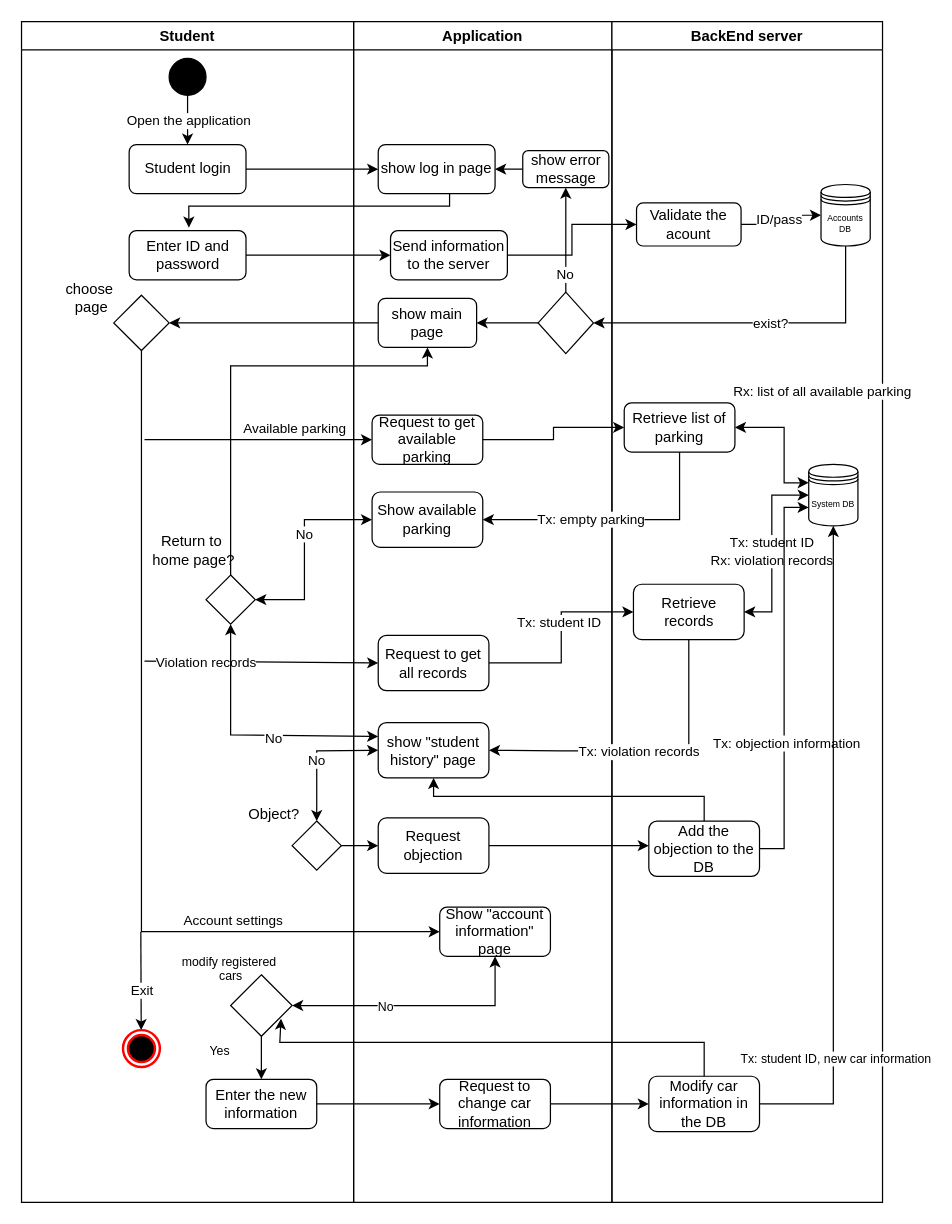
The draw.io diagram page "Student App" (2 of 6) of Activity diagram.drawio in kashorafof/Drone-parking-system, before the edit. Source tidied: cells renumbered, new cells numbered last; positions are measured from the earlier drawing's top-left corner, leaving out a move shared by most shapes. Both pictures are drawn from the tidied source at 123%, with x=0, y=0 at pixel (21, 21).
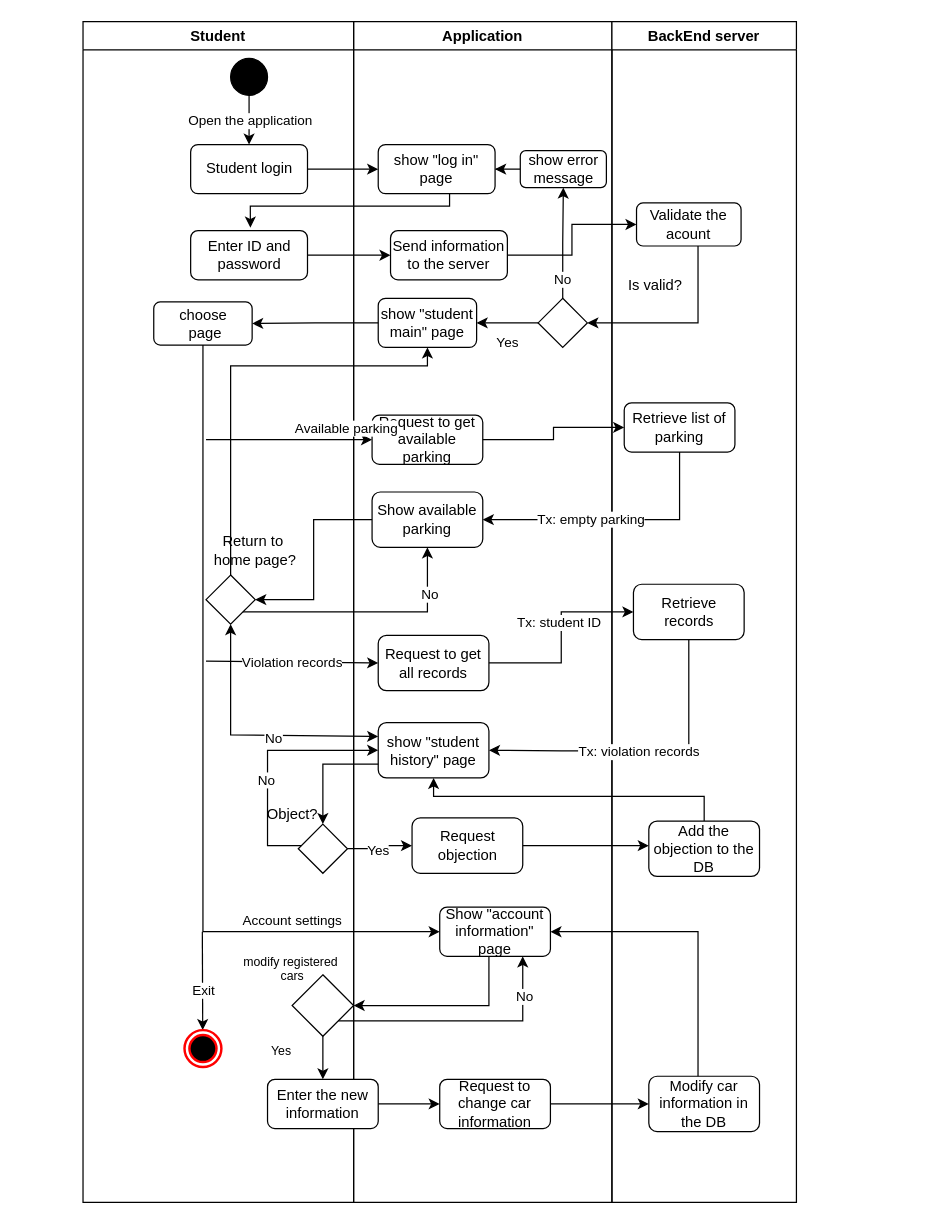
The same page after the edit.

The change refers to these unchanged cells:
```xml
<mxCell id="2" value="Application" style="swimlane;whiteSpace=wrap;html=1;" parent="1" vertex="1">
  <mxGeometry x="270" width="210" height="960" as="geometry" />
</mxCell>
<mxCell id="8" style="edgeStyle=orthogonalEdgeStyle;rounded=0;jettySize=auto;html=1;entryX=1;entryY=0.5;entryDx=0;entryDy=0;" parent="2" edge="1" source="9" target="12">
  <mxGeometry relative="1" as="geometry" />
</mxCell>
<mxCell id="13" value="Show &quot;account information&quot; page" style="rounded=1;whiteSpace=wrap;html=1;fillColor=#FFFFFF;" parent="2" vertex="1">
  <mxGeometry x="70" y="720" width="90" height="40" as="geometry" />
</mxCell>
<mxCell id="16" value="Show available parking" style="rounded=1;whiteSpace=wrap;html=1;fillColor=#FFFFFF;" parent="2" vertex="1">
  <mxGeometry x="15" y="382.5" width="90" height="45" as="geometry" />
</mxCell>
<mxCell id="17" value="show &quot;student history&quot; page" style="rounded=1;whiteSpace=wrap;html=1;fillColor=#FFFFFF;" parent="2" vertex="1">
  <mxGeometry x="20" y="570" width="90" height="45" as="geometry" />
</mxCell>
<mxCell id="25" value="Validate the acount" style="rounded=1;whiteSpace=wrap;html=1;fillColor=#FFFFFF;" parent="21" vertex="1">
  <mxGeometry x="20" y="147.5" width="85" height="35" as="geometry" />
</mxCell>
<mxCell id="27" value="Retrieve records" style="rounded=1;whiteSpace=wrap;html=1;fillColor=#FFFFFF;" parent="21" vertex="1">
  <mxGeometry x="17.5" y="457.5" width="90" height="45" as="geometry" />
</mxCell>
<mxCell id="33" value="Add the objection to the DB" style="rounded=1;whiteSpace=wrap;html=1;fillColor=#FFFFFF;" parent="21" vertex="1">
  <mxGeometry x="30" y="650" width="90" height="45" as="geometry" />
</mxCell>
<mxCell id="34" value="Modify car information in the DB" style="rounded=1;whiteSpace=wrap;html=1;fillColor=#FFFFFF;" parent="21" vertex="1">
  <mxGeometry x="30" y="857.5" width="90" height="45" as="geometry" />
</mxCell>
<mxCell id="42" value="Student login" style="rounded=1;whiteSpace=wrap;html=1;fillColor=#FFFFFF;" parent="37" vertex="1">
  <mxGeometry x="87.5" y="100" width="95" height="40" as="geometry" />
</mxCell>
<mxCell id="43" value="Enter ID and password" style="rounded=1;whiteSpace=wrap;html=1;fillColor=#FFFFFF;" parent="37" vertex="1">
  <mxGeometry x="87.5" y="170" width="95" height="40" as="geometry" />
</mxCell>
<mxCell id="48" style="endArrow=classic;html=1;rounded=0;entryX=0;entryY=0.5;entryDx=0;entryDy=0;" parent="37" edge="1" target="14">
  <mxGeometry relative="1" as="geometry">
    <mxPoint x="100" y="520" as="sourcePoint" />
  </mxGeometry>
</mxCell>
<mxCell id="59" style="rhombus;whiteSpace=wrap;html=1;fillColor=#FFFFFF;" parent="37" vertex="1">
  <mxGeometry x="170" y="775" width="50" height="50" as="geometry" />
</mxCell>
<mxCell id="86" style="edgeStyle=orthogonalEdgeStyle;rounded=0;jettySize=auto;html=1;entryX=0;entryY=0.5;entryDx=0;entryDy=0;" parent="1" edge="1" source="55" target="19">
  <mxGeometry relative="1" as="geometry" />
</mxCell>
```

Diff of the diagram source:
```diff
@@
-    <mxCell id="4" value="show log in page" style="rounded=1;whiteSpace=wrap;html=1;fillColor=#FFFFFF;" parent="2" vertex="1">
+    <mxCell id="4" value="show &quot;log in&quot; page" style="rounded=1;whiteSpace=wrap;html=1;fillColor=#FFFFFF;" parent="2" vertex="1">
       <mxGeometry x="20" y="100" width="95" height="40" as="geometry" />
     </mxCell>
@@
+    <mxCell id="93" value="Yes" style="edgeLabel;html=1;align=center;verticalAlign=middle;" parent="8" vertex="1">
+      <mxGeometry x="0.22" relative="1" as="geometry">
+        <mxPoint x="5" y="15" as="offset" />
+      </mxGeometry>
+    </mxCell>
     <mxCell id="9" style="rhombus;whiteSpace=wrap;html=1;fillColor=#FFFFFF;" parent="2" vertex="1">
-      <mxGeometry x="150" y="220" width="45" height="50" as="geometry" />
+      <mxGeometry x="150" y="225" width="40" height="40" as="geometry" />
     </mxCell>
@@
     <mxCell id="11" value="show error message" style="rounded=1;whiteSpace=wrap;html=1;fillColor=#FFFFFF;" parent="2" vertex="1">
-      <mxGeometry x="137.5" y="105" width="70" height="30" as="geometry" />
+      <mxGeometry x="135.5" y="105" width="70" height="30" as="geometry" />
     </mxCell>
-    <mxCell id="12" value="show main page" style="rounded=1;whiteSpace=wrap;html=1;fillColor=#FFFFFF;" parent="2" vertex="1">
+    <mxCell id="12" value="show &quot;student main&quot; page" style="rounded=1;whiteSpace=wrap;html=1;fillColor=#FFFFFF;" parent="2" vertex="1">
       <mxGeometry x="20" y="225" width="80" height="40" as="geometry" />
     </mxCell>
@@
     <mxCell id="19" value="Request objection" style="rounded=1;whiteSpace=wrap;html=1;fillColor=#FFFFFF;" parent="2" vertex="1">
-      <mxGeometry x="20" y="647.5" width="90" height="45" as="geometry" />
+      <mxGeometry x="47.5" y="647.5" width="90" height="45" as="geometry" />
     </mxCell>
@@
     <mxCell id="21" value="BackEnd server" style="swimlane;whiteSpace=wrap;html=1;" parent="1" vertex="1">
-      <mxGeometry x="480" width="220" height="960" as="geometry" />
+      <mxGeometry x="480" width="150" height="960" as="geometry" />
     </mxCell>
-    <mxCell id="22" value="Accounts DB" style="shape=datastore;whiteSpace=wrap;html=1;fontSize=7;" parent="21" vertex="1">
-      <mxGeometry x="170" y="132.5" width="40" height="50" as="geometry" />
-    </mxCell>
-    <mxCell id="23" style="edgeStyle=orthogonalEdgeStyle;rounded=0;jettySize=auto;html=1;entryX=0;entryY=0.5;entryDx=0;entryDy=0;" parent="21" edge="1" source="25" target="22">
-      <mxGeometry relative="1" as="geometry" />
-    </mxCell>
-    <mxCell id="24" value="ID/pass" style="edgeLabel;html=1;align=center;verticalAlign=middle;" parent="23" vertex="1">
-      <mxGeometry x="-0.17" relative="1" as="geometry">
-        <mxPoint y="-5" as="offset" />
-      </mxGeometry>
-    </mxCell>
@@
-    <mxCell id="26" value="System DB" style="shape=datastore;whiteSpace=wrap;html=1;fontSize=7;" parent="21" vertex="1">
-      <mxGeometry x="160" y="360" width="40" height="50" as="geometry" />
-    </mxCell>
@@
-    <mxCell id="28" style="endArrow=classic;startArrow=classic;html=1;rounded=0;entryX=0;entryY=0.5;entryDx=0;entryDy=0;exitX=1;exitY=0.5;exitDx=0;exitDy=0;" parent="21" edge="1" source="27" target="26">
-      <mxGeometry relative="1" as="geometry">
-        <Array as="points">
-          <mxPoint x="130" y="480" />
-          <mxPoint x="130" y="385" />
-        </Array>
-      </mxGeometry>
-    </mxCell>
-    <mxCell id="29" value="Tx: student ID&lt;br&gt;Rx: violation records" style="edgeLabel;html=1;align=center;verticalAlign=middle;" parent="28" vertex="1">
-      <mxGeometry x="0.1" y="1" relative="1" as="geometry">
-        <mxPoint y="9" as="offset" />
-      </mxGeometry>
-    </mxCell>
@@
-    <mxCell id="31" style="edgeStyle=orthogonalEdgeStyle;rounded=0;jettySize=auto;html=1;entryX=0;entryY=0.7;entryDx=0;entryDy=0;" parent="21" edge="1" source="33" target="26">
-      <mxGeometry relative="1" as="geometry" />
-    </mxCell>
-    <mxCell id="32" value="Tx: objection information" style="edgeLabel;html=1;align=center;verticalAlign=middle;" parent="31" vertex="1">
-      <mxGeometry x="-0.33" y="-1" relative="1" as="geometry" />
-    </mxCell>
@@
-    <mxCell id="35" style="endArrow=classic;html=1;rounded=0;fontSize=10;entryX=0.5;entryY=1;entryDx=0;entryDy=0;exitX=1;exitY=0.5;exitDx=0;exitDy=0;" parent="21" edge="1" source="34" target="26">
-      <mxGeometry relative="1" as="geometry">
-        <Array as="points">
-          <mxPoint x="180" y="880" />
-        </Array>
-      </mxGeometry>
-    </mxCell>
-    <mxCell id="36" value="Tx: student ID, new car information" style="edgeLabel;html=1;align=center;verticalAlign=middle;fontSize=10;" parent="35" vertex="1">
-      <mxGeometry x="-0.63" y="-1" relative="1" as="geometry" />
-    </mxCell>
+    <mxCell id="94" value="Is valid?" style="text;html=1;align=center;verticalAlign=middle;strokeColor=none;fillColor=none;" parent="21" vertex="1">
+      <mxGeometry y="200" width="70" height="30" as="geometry" />
+    </mxCell>
     <mxCell id="37" value="Student" style="swimlane;whiteSpace=wrap;html=1;" parent="1" vertex="1">
-      <mxGeometry width="270" height="960" as="geometry" />
+      <mxGeometry x="50" width="220" height="960" as="geometry" />
     </mxCell>
@@
-    <mxCell id="41" style="edgeStyle=orthogonalEdgeStyle;rounded=0;jettySize=auto;html=1;" parent="37" edge="1" source="42">
-      <mxGeometry relative="1" as="geometry">
-        <mxPoint x="290" y="120" as="targetPoint" />
-      </mxGeometry>
-    </mxCell>
@@
-    <mxCell id="44" style="rhombus;whiteSpace=wrap;html=1;fillColor=#FFFFFF;" parent="37" vertex="1">
-      <mxGeometry x="75" y="222.5" width="45" height="45" as="geometry" />
-    </mxCell>
-    <mxCell id="45" value="choose&lt;br&gt;&amp;nbsp;page" style="text;html=1;align=center;verticalAlign=middle;points=[];strokeColor=none;fillColor=none;" parent="37" vertex="1">
-      <mxGeometry x="25" y="205" width="60" height="40" as="geometry" />
-    </mxCell>
@@
     <mxCell id="49" value="Violation records" style="edgeLabel;html=1;align=center;verticalAlign=middle;" parent="48" vertex="1">
-      <mxGeometry x="-0.47" relative="1" as="geometry" />
+      <mxGeometry x="-0.47" relative="1" as="geometry">
+        <mxPoint x="33" as="offset" />
+      </mxGeometry>
     </mxCell>
@@
     <mxCell id="53" style="rhombus;whiteSpace=wrap;html=1;" parent="37" vertex="1">
-      <mxGeometry x="150" y="450" width="40" height="40" as="geometry" />
+      <mxGeometry x="100" y="450" width="40" height="40" as="geometry" />
     </mxCell>
@@
     <mxCell id="55" style="rhombus;whiteSpace=wrap;html=1;" parent="37" vertex="1">
-      <mxGeometry x="220" y="650" width="40" height="40" as="geometry" />
+      <mxGeometry x="175" y="652.5" width="40" height="40" as="geometry" />
     </mxCell>
     <mxCell id="56" value="Object?" style="text;html=1;align=center;verticalAlign=middle;strokeColor=none;fillColor=none;" parent="37" vertex="1">
-      <mxGeometry x="175" y="630" width="60" height="30" as="geometry" />
+      <mxGeometry x="140" y="630" width="60" height="30" as="geometry" />
     </mxCell>
@@
+    <mxCell id="45" value="choose&lt;br style=&quot;border-color: var(--border-color);&quot;&gt;&lt;span style=&quot;&quot;&gt;&amp;nbsp;page&lt;/span&gt;" style="rounded=1;whiteSpace=wrap;html=1;strokeWidth=1;" parent="37" vertex="1">
+      <mxGeometry x="57.5" y="228" width="80" height="35" as="geometry" />
+    </mxCell>
     <mxCell id="62" style="edgeStyle=orthogonalEdgeStyle;rounded=0;jettySize=auto;html=1;entryX=0.511;entryY=-0.06;entryDx=0;entryDy=0;entryPerimeter=0;" parent="1" edge="1" source="4" target="43">
       <mxGeometry relative="1" as="geometry">
         <Array as="points">
           <mxPoint x="348" y="150" />
-          <mxPoint x="136" y="150" />
+          <mxPoint x="186" y="150" />
         </Array>
       </mxGeometry>
     </mxCell>
@@
-    <mxCell id="65" style="edgeStyle=orthogonalEdgeStyle;rounded=0;jettySize=auto;html=1;entryX=1;entryY=0.5;entryDx=0;entryDy=0;" parent="1" edge="1" source="22" target="9">
-      <mxGeometry relative="1" as="geometry">
-        <Array as="points">
-          <mxPoint x="670" y="245" />
-        </Array>
-      </mxGeometry>
-    </mxCell>
-    <mxCell id="66" value="exist?" style="edgeLabel;html=1;align=center;verticalAlign=middle;" parent="65" vertex="1">
-      <mxGeometry x="-0.07" relative="1" as="geometry" />
-    </mxCell>
-    <mxCell id="67" style="edgeStyle=orthogonalEdgeStyle;rounded=0;jettySize=auto;html=1;entryX=1;entryY=0.5;entryDx=0;entryDy=0;" parent="1" edge="1" source="12" target="44">
+    <mxCell id="67" style="edgeStyle=orthogonalEdgeStyle;rounded=0;jettySize=auto;html=1;" parent="1" edge="1" source="12" target="45">
       <mxGeometry relative="1" as="geometry" />
     </mxCell>
-    <mxCell id="68" style="edgeStyle=orthogonalEdgeStyle;rounded=0;jettySize=auto;html=1;exitX=0.5;exitY=1;exitDx=0;exitDy=0;entryX=0;entryY=0.5;entryDx=0;entryDy=0;" parent="1" edge="1" source="44" target="13">
+    <mxCell id="68" style="edgeStyle=orthogonalEdgeStyle;rounded=0;jettySize=auto;html=1;entryX=0;entryY=0.5;entryDx=0;entryDy=0;" parent="1" edge="1" source="45" target="13">
       <mxGeometry relative="1" as="geometry">
         <Array as="points">
-          <mxPoint x="98" y="740" />
-          <mxPoint x="330" y="740" />
+          <mxPoint x="148" y="740" />
         </Array>
       </mxGeometry>
     </mxCell>
     <mxCell id="69" value="Account settings" style="edgeLabel;html=1;align=center;verticalAlign=middle;" parent="68" vertex="1">
       <mxGeometry x="0.45" y="-1" relative="1" as="geometry">
-        <mxPoint x="28" y="-11" as="offset" />
+        <mxPoint x="64" y="-11" as="offset" />
       </mxGeometry>
     </mxCell>
-    <mxCell id="70" style="endArrow=classic;startArrow=classic;html=1;rounded=0;entryX=0;entryY=0.3;entryDx=0;entryDy=0;" parent="1" edge="1" target="26">
-      <mxGeometry relative="1" as="geometry">
-        <mxPoint x="580" y="330" as="sourcePoint" />
-        <Array as="points">
-          <mxPoint x="620" y="330" />
-          <mxPoint x="620" y="375" />
-        </Array>
-      </mxGeometry>
-    </mxCell>
-    <mxCell id="71" value="Rx: list of all available parking" style="edgeLabel;html=1;align=center;verticalAlign=middle;" parent="70" vertex="1">
-      <mxGeometry x="-0.05" y="-1" relative="1" as="geometry">
-        <mxPoint x="31" y="-40" as="offset" />
-      </mxGeometry>
-    </mxCell>
-    <mxCell id="72" style="endArrow=classic;startArrow=classic;html=1;rounded=0;entryX=0;entryY=0.5;entryDx=0;entryDy=0;exitX=1;exitY=0.5;exitDx=0;exitDy=0;" parent="1" edge="1" source="53" target="16">
-      <mxGeometry relative="1" as="geometry">
-        <Array as="points">
-          <mxPoint x="230" y="470" />
-          <mxPoint x="230" y="405" />
-        </Array>
-      </mxGeometry>
-    </mxCell>
-    <mxCell id="73" value="No" style="edgeLabel;html=1;align=center;verticalAlign=middle;" parent="72" vertex="1">
-      <mxGeometry x="0.18" y="1" relative="1" as="geometry" />
-    </mxCell>
@@
-    <mxCell id="84" style="endArrow=classic;startArrow=classic;html=1;rounded=0;entryX=0;entryY=0.5;entryDx=0;entryDy=0;exitX=0.5;exitY=0;exitDx=0;exitDy=0;" parent="1" edge="1" source="55" target="17">
-      <mxGeometry relative="1" as="geometry">
-        <Array as="points">
-          <mxPoint x="240" y="650" />
-          <mxPoint x="240" y="593" />
-        </Array>
-      </mxGeometry>
-    </mxCell>
-    <mxCell id="85" value="No" style="edgeLabel;html=1;align=center;verticalAlign=middle;" parent="84" vertex="1">
-      <mxGeometry x="-0.07" y="1" relative="1" as="geometry" />
-    </mxCell>
@@
+    <mxCell id="95" value="Yes" style="edgeLabel;html=1;align=center;verticalAlign=middle;" parent="86" vertex="1">
+      <mxGeometry x="-0.13" y="-1" relative="1" as="geometry" />
+    </mxCell>
@@
-    <mxCell id="88" style="endArrow=classic;startArrow=classic;html=1;rounded=0;entryX=0.5;entryY=1;entryDx=0;entryDy=0;exitX=1;exitY=0.5;exitDx=0;exitDy=0;" parent="1" edge="1" source="59" target="13">
-      <mxGeometry relative="1" as="geometry">
-        <Array as="points">
-          <mxPoint x="385" y="800" />
-        </Array>
-      </mxGeometry>
-    </mxCell>
-    <mxCell id="89" value="No" style="edgeLabel;html=1;align=center;verticalAlign=middle;fontSize=10;" parent="88" vertex="1">
-      <mxGeometry x="-0.27" relative="1" as="geometry" />
-    </mxCell>
@@
-    <mxCell id="92" style="endArrow=classic;html=1;rounded=0;fontSize=10;entryX=0.819;entryY=0.714;entryDx=0;entryDy=0;exitX=0.5;exitY=0;exitDx=0;exitDy=0;entryPerimeter=0;" parent="1" edge="1" source="34" target="59">
-      <mxGeometry relative="1" as="geometry">
-        <Array as="points">
-          <mxPoint x="555" y="830" />
-          <mxPoint x="210" y="830" />
-        </Array>
-      </mxGeometry>
-    </mxCell>
+    <mxCell id="96" style="edgeStyle=orthogonalEdgeStyle;rounded=0;jettySize=auto;html=1;entryX=1;entryY=0.5;entryDx=0;entryDy=0;" parent="1" edge="1" source="25" target="9">
+      <mxGeometry relative="1" as="geometry">
+        <Array as="points">
+          <mxPoint x="550" y="245" />
+        </Array>
+      </mxGeometry>
+    </mxCell>
+    <mxCell id="97" style="edgeStyle=orthogonalEdgeStyle;rounded=0;jettySize=auto;html=1;entryX=1;entryY=0.5;entryDx=0;entryDy=0;" parent="1" edge="1" source="16" target="53">
+      <mxGeometry relative="1" as="geometry" />
+    </mxCell>
+    <mxCell id="72" style="edgeStyle=orthogonalEdgeStyle;rounded=0;jettySize=auto;html=1;exitX=1;exitY=1;exitDx=0;exitDy=0;entryX=0.5;entryY=1;entryDx=0;entryDy=0;" parent="1" edge="1" source="53" target="16">
+      <mxGeometry relative="1" as="geometry" />
+    </mxCell>
+    <mxCell id="98" value="No" style="edgeLabel;html=1;align=center;verticalAlign=middle;" parent="72" vertex="1">
+      <mxGeometry x="0.63" y="-1" relative="1" as="geometry" />
+    </mxCell>
+    <mxCell id="99" style="edgeStyle=orthogonalEdgeStyle;rounded=0;jettySize=auto;html=1;exitX=0;exitY=0.75;exitDx=0;exitDy=0;entryX=0.5;entryY=0;entryDx=0;entryDy=0;" parent="1" edge="1" source="17" target="55">
+      <mxGeometry relative="1" as="geometry" />
+    </mxCell>
+    <mxCell id="84" style="edgeStyle=orthogonalEdgeStyle;rounded=0;jettySize=auto;html=1;entryX=0;entryY=0.5;entryDx=0;entryDy=0;" parent="1" edge="1" source="55" target="17">
+      <mxGeometry relative="1" as="geometry">
+        <Array as="points">
+          <mxPoint x="200" y="670" />
+          <mxPoint x="200" y="593" />
+        </Array>
+      </mxGeometry>
+    </mxCell>
+    <mxCell id="100" value="No" style="edgeLabel;html=1;align=center;verticalAlign=middle;" parent="84" vertex="1">
+      <mxGeometry x="-0.17" y="2" relative="1" as="geometry" />
+    </mxCell>
+    <mxCell id="41" style="edgeStyle=orthogonalEdgeStyle;rounded=0;jettySize=auto;html=1;" parent="1" edge="1" source="42" target="4">
+      <mxGeometry relative="1" as="geometry" />
+    </mxCell>
+    <mxCell id="101" style="edgeStyle=orthogonalEdgeStyle;rounded=0;jettySize=auto;html=1;entryX=1;entryY=0.5;entryDx=0;entryDy=0;" parent="1" edge="1" source="34" target="13">
+      <mxGeometry relative="1" as="geometry">
+        <Array as="points">
+          <mxPoint x="550" y="740" />
+        </Array>
+      </mxGeometry>
+    </mxCell>
+    <mxCell id="102" style="edgeStyle=orthogonalEdgeStyle;rounded=0;jettySize=auto;html=1;entryX=1;entryY=0.5;entryDx=0;entryDy=0;" parent="1" edge="1" source="13" target="59">
+      <mxGeometry relative="1" as="geometry">
+        <Array as="points">
+          <mxPoint x="380" y="800" />
+        </Array>
+      </mxGeometry>
+    </mxCell>
+    <mxCell id="88" style="edgeStyle=orthogonalEdgeStyle;rounded=0;jettySize=auto;html=1;exitX=1;exitY=1;exitDx=0;exitDy=0;entryX=0.75;entryY=1;entryDx=0;entryDy=0;" parent="1" edge="1" source="59" target="13">
+      <mxGeometry relative="1" as="geometry" />
+    </mxCell>
+    <mxCell id="103" value="No" style="edgeLabel;html=1;align=center;verticalAlign=middle;" parent="88" vertex="1">
+      <mxGeometry x="0.68" y="-1" relative="1" as="geometry" />
+    </mxCell>
```
